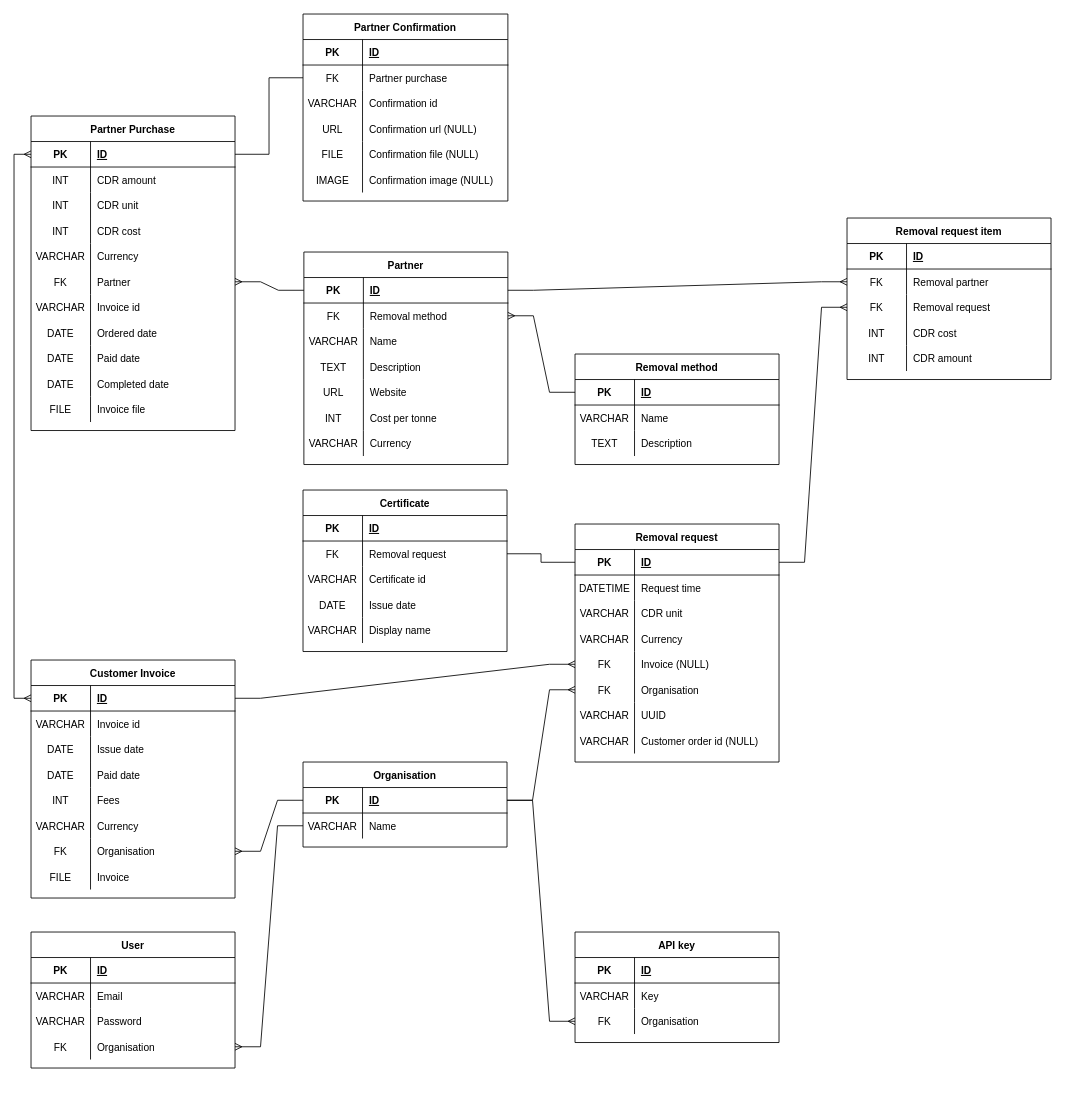
This is CDR_API_data_model-v2.drawio from Climacrux/api.cdrplatform.com, a draw.io file, before an edit. Source tidied: cells renumbered, new cells numbered last; positions are measured from the earlier drawing's top-left corner, leaving out a move shared by most shapes. Both pictures are drawn from the tidied source at 85%, with x=0, y=0 at pixel (-29, 14).
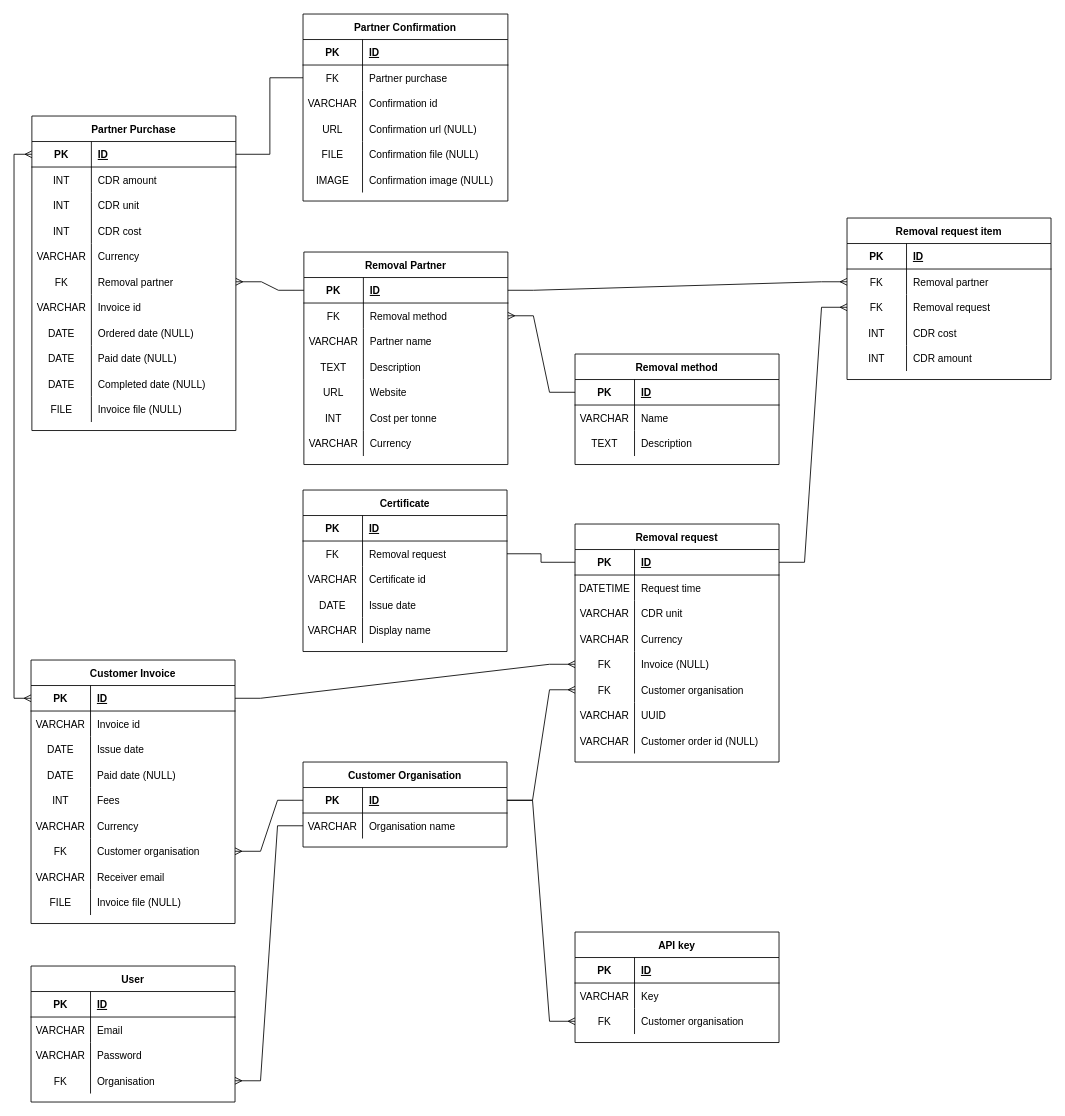
The same diagram, later.

Commit message:
updating draw.io data model diagram

Unchanged cells that the change refers to:
```xml
<mxCell id="22" style="shape=tableRow;horizontal=0;startSize=0;swimlaneHead=0;swimlaneBody=0;fillColor=none;points=[[0,0.5],[1,0.5]];portConstraint=eastwest;top=0;left=0;right=0;bottom=0;" parent="15" vertex="1">
  <mxGeometry y="90" width="240" height="30" as="geometry" />
</mxCell>
<mxCell id="68" style="shape=tableRow;horizontal=0;startSize=0;swimlaneHead=0;swimlaneBody=0;fillColor=none;points=[[0,0.5],[1,0.5]];portConstraint=eastwest;top=0;left=0;right=0;bottom=0;" parent="52" vertex="1">
  <mxGeometry y="180" width="240" height="30" as="geometry" />
</mxCell>
<mxCell id="106" style="shape=tableRow;horizontal=0;startSize=0;swimlaneHead=0;swimlaneBody=0;fillColor=none;top=0;left=0;right=0;bottom=0;" parent="96" vertex="1">
  <mxGeometry y="120" width="240" height="30" as="geometry" />
</mxCell>
<mxCell id="115" style="shape=tableRow;horizontal=0;startSize=0;swimlaneHead=0;swimlaneBody=0;fillColor=none;points=[[0,0.5],[1,0.5]];portConstraint=eastwest;top=0;left=0;right=0;bottom=0;" parent="96" vertex="1">
  <mxGeometry y="210" width="240" height="30" as="geometry" />
</mxCell>
<mxCell id="148" style="shape=tableRow;horizontal=0;startSize=0;swimlaneHead=0;swimlaneBody=0;fillColor=none;top=0;left=0;right=0;bottom=0;" parent="141" vertex="1">
  <mxGeometry y="90" width="240" height="30" as="geometry" />
</mxCell>
<mxCell id="180" style="shape=tableRow;horizontal=0;startSize=0;swimlaneHead=0;swimlaneBody=0;fillColor=none;points=[[0,0.5],[1,0.5]];portConstraint=eastwest;top=0;left=0;right=0;bottom=0;" parent="164" vertex="1">
  <mxGeometry y="180" width="240" height="30" as="geometry" />
</mxCell>
<mxCell id="186" style="shape=tableRow;horizontal=0;startSize=0;swimlaneHead=0;swimlaneBody=0;fillColor=none;top=0;left=0;right=0;bottom=0;" parent="164" vertex="1">
  <mxGeometry y="240" width="240" height="30" as="geometry" />
</mxCell>
<mxCell id="189" style="shape=tableRow;horizontal=0;startSize=0;swimlaneHead=0;swimlaneBody=0;fillColor=none;top=0;left=0;right=0;bottom=0;" parent="164" vertex="1">
  <mxGeometry y="270" width="240" height="30" as="geometry" />
</mxCell>
<mxCell id="192" style="shape=tableRow;horizontal=0;startSize=0;swimlaneHead=0;swimlaneBody=0;fillColor=none;top=0;left=0;right=0;bottom=0;" parent="164" vertex="1">
  <mxGeometry y="300" width="240" height="30" as="geometry" />
</mxCell>
<mxCell id="195" style="shape=tableRow;horizontal=0;startSize=0;swimlaneHead=0;swimlaneBody=0;fillColor=none;top=0;left=0;right=0;bottom=0;" parent="164" vertex="1">
  <mxGeometry y="330" width="240" height="30" as="geometry" />
</mxCell>
<mxCell id="207" style="shape=tableRow;horizontal=0;startSize=0;swimlaneHead=0;swimlaneBody=0;fillColor=none;points=[[0,0.5],[1,0.5]];portConstraint=eastwest;top=0;left=0;right=0;bottom=0;" parent="203" vertex="1">
  <mxGeometry y="60" width="240" height="30" as="geometry" />
</mxCell>
```

What changed in the source:
```diff
@@
     <mxCell id="2" value="User" style="shape=table;startSize=30;childLayout=tableLayout;rowLines=0;fontStyle=1;align=center;" parent="1" vertex="1">
-      <mxGeometry x="70" y="1080" width="240" height="160" as="geometry" />
+      <mxGeometry x="70" y="1120" width="240" height="160" as="geometry" />
     </mxCell>
@@
-    <mxCell id="24" value="Organisation" style="shape=partialRectangle;fillColor=none;top=0;left=0;bottom=0;right=0;align=left;spacingLeft=6;overflow=hidden;" parent="22" vertex="1">
+    <mxCell id="24" value="Customer organisation" style="shape=partialRectangle;fillColor=none;top=0;left=0;bottom=0;right=0;align=left;spacingLeft=6;overflow=hidden;" parent="22" vertex="1">
       <mxGeometry x="70" width="170" height="30" as="geometry" />
     </mxCell>
@@
-    <mxCell id="70" value="Organisation" style="shape=partialRectangle;fillColor=none;top=0;left=0;bottom=0;right=0;align=left;spacingLeft=6;overflow=hidden;" parent="68" vertex="1">
+    <mxCell id="70" value="Customer organisation" style="shape=partialRectangle;fillColor=none;top=0;left=0;bottom=0;right=0;align=left;spacingLeft=6;overflow=hidden;" parent="68" vertex="1">
       <mxGeometry x="70" width="170" height="30" as="geometry" />
     </mxCell>
@@
     <mxCell id="96" value="Customer Invoice" style="shape=table;startSize=30;childLayout=tableLayout;rowLines=0;fontStyle=1;align=center;" parent="1" vertex="1">
-      <mxGeometry x="70" y="760" width="240" height="280" as="geometry" />
+      <mxGeometry x="70" y="760" width="240" height="310" as="geometry" />
     </mxCell>
@@
-    <mxCell id="108" value="Paid date" style="shape=partialRectangle;fillColor=none;top=0;left=0;bottom=0;right=0;align=left;spacingLeft=6;overflow=hidden;" parent="106" vertex="1">
+    <mxCell id="108" value="Paid date (NULL)" style="shape=partialRectangle;fillColor=none;top=0;left=0;bottom=0;right=0;align=left;spacingLeft=6;overflow=hidden;" parent="106" vertex="1">
       <mxGeometry x="70" width="170" height="30" as="geometry" />
     </mxCell>
@@
-    <mxCell id="117" value="Organisation" style="shape=partialRectangle;fillColor=none;top=0;left=0;bottom=0;right=0;align=left;spacingLeft=6;overflow=hidden;" parent="115" vertex="1">
+    <mxCell id="117" value="Customer organisation" style="shape=partialRectangle;fillColor=none;top=0;left=0;bottom=0;right=0;align=left;spacingLeft=6;overflow=hidden;" parent="115" vertex="1">
       <mxGeometry x="70" width="170" height="30" as="geometry" />
     </mxCell>
+    <mxCell id="211" style="shape=tableRow;horizontal=0;startSize=0;swimlaneHead=0;swimlaneBody=0;fillColor=none;top=0;left=0;right=0;bottom=0;" parent="96" vertex="1">
+      <mxGeometry y="240" width="240" height="30" as="geometry" />
+    </mxCell>
+    <mxCell id="212" value="VARCHAR" style="shape=partialRectangle;fillColor=none;top=0;left=0;bottom=0;right=0;overflow=hidden;" parent="211" vertex="1">
+      <mxGeometry width="70" height="30" as="geometry" />
+    </mxCell>
+    <mxCell id="213" value="Receiver email" style="shape=partialRectangle;fillColor=none;top=0;left=0;bottom=0;right=0;align=left;spacingLeft=6;overflow=hidden;" parent="211" vertex="1">
+      <mxGeometry x="70" width="170" height="30" as="geometry" />
+    </mxCell>
     <mxCell id="118" style="shape=tableRow;horizontal=0;startSize=0;swimlaneHead=0;swimlaneBody=0;fillColor=none;top=0;left=0;right=0;bottom=0;" parent="96" vertex="1">
-      <mxGeometry y="240" width="240" height="30" as="geometry" />
+      <mxGeometry y="270" width="240" height="30" as="geometry" />
     </mxCell>
@@
-    <mxCell id="120" value="Invoice" style="shape=partialRectangle;fillColor=none;top=0;left=0;bottom=0;right=0;align=left;spacingLeft=6;overflow=hidden;" parent="118" vertex="1">
+    <mxCell id="120" value="Invoice file (NULL)" style="shape=partialRectangle;fillColor=none;top=0;left=0;bottom=0;right=0;align=left;spacingLeft=6;overflow=hidden;" parent="118" vertex="1">
       <mxGeometry x="70" width="170" height="30" as="geometry" />
     </mxCell>
@@
-    <mxCell id="141" value="Partner" style="shape=table;startSize=30;childLayout=tableLayout;rowLines=0;fontStyle=1;align=center;" parent="1" vertex="1">
+    <mxCell id="141" value="Removal Partner" style="shape=table;startSize=30;childLayout=tableLayout;rowLines=0;fontStyle=1;align=center;" parent="1" vertex="1">
       <mxGeometry x="391" y="280" width="240" height="250" as="geometry" />
     </mxCell>
@@
-    <mxCell id="150" value="Name" style="shape=partialRectangle;fillColor=none;top=0;left=0;bottom=0;right=0;align=left;spacingLeft=6;overflow=hidden;" parent="148" vertex="1">
+    <mxCell id="150" value="Partner name" style="shape=partialRectangle;fillColor=none;top=0;left=0;bottom=0;right=0;align=left;spacingLeft=6;overflow=hidden;" parent="148" vertex="1">
       <mxGeometry x="70" width="170" height="30" as="geometry" />
     </mxCell>
@@
     <mxCell id="164" value="Partner Purchase" style="shape=table;startSize=30;childLayout=tableLayout;rowLines=0;fontStyle=1;align=center;" parent="1" vertex="1">
-      <mxGeometry x="70" y="120" width="240" height="370" as="geometry" />
+      <mxGeometry x="71" y="120" width="240" height="370" as="geometry" />
     </mxCell>
@@
-    <mxCell id="182" value="Partner" style="shape=partialRectangle;fillColor=none;top=0;left=0;bottom=0;right=0;align=left;spacingLeft=6;overflow=hidden;" parent="180" vertex="1">
+    <mxCell id="182" value="Removal partner" style="shape=partialRectangle;fillColor=none;top=0;left=0;bottom=0;right=0;align=left;spacingLeft=6;overflow=hidden;" parent="180" vertex="1">
       <mxGeometry x="70" width="170" height="30" as="geometry" />
     </mxCell>
@@
-    <mxCell id="188" value="Ordered date" style="shape=partialRectangle;fillColor=none;top=0;left=0;bottom=0;right=0;align=left;spacingLeft=6;overflow=hidden;" parent="186" vertex="1">
+    <mxCell id="188" value="Ordered date (NULL)" style="shape=partialRectangle;fillColor=none;top=0;left=0;bottom=0;right=0;align=left;spacingLeft=6;overflow=hidden;" parent="186" vertex="1">
       <mxGeometry x="70" width="170" height="30" as="geometry" />
     </mxCell>
@@
-    <mxCell id="191" value="Paid date" style="shape=partialRectangle;fillColor=none;top=0;left=0;bottom=0;right=0;align=left;spacingLeft=6;overflow=hidden;" parent="189" vertex="1">
+    <mxCell id="191" value="Paid date (NULL)" style="shape=partialRectangle;fillColor=none;top=0;left=0;bottom=0;right=0;align=left;spacingLeft=6;overflow=hidden;" parent="189" vertex="1">
       <mxGeometry x="70" width="170" height="30" as="geometry" />
     </mxCell>
@@
-    <mxCell id="194" value="Completed date" style="shape=partialRectangle;fillColor=none;top=0;left=0;bottom=0;right=0;align=left;spacingLeft=6;overflow=hidden;" parent="192" vertex="1">
+    <mxCell id="194" value="Completed date (NULL)" style="shape=partialRectangle;fillColor=none;top=0;left=0;bottom=0;right=0;align=left;spacingLeft=6;overflow=hidden;" parent="192" vertex="1">
       <mxGeometry x="70" width="170" height="30" as="geometry" />
     </mxCell>
@@
-    <mxCell id="197" value="Invoice file" style="shape=partialRectangle;fillColor=none;top=0;left=0;bottom=0;right=0;align=left;spacingLeft=6;overflow=hidden;" parent="195" vertex="1">
+    <mxCell id="197" value="Invoice file (NULL)" style="shape=partialRectangle;fillColor=none;top=0;left=0;bottom=0;right=0;align=left;spacingLeft=6;overflow=hidden;" parent="195" vertex="1">
       <mxGeometry x="70" width="170" height="30" as="geometry" />
     </mxCell>
@@
-    <mxCell id="203" value="Organisation" style="shape=table;startSize=30;childLayout=tableLayout;rowLines=0;fontStyle=1;align=center;" parent="1" vertex="1">
+    <mxCell id="203" value="Customer Organisation" style="shape=table;startSize=30;childLayout=tableLayout;rowLines=0;fontStyle=1;align=center;" parent="1" vertex="1">
       <mxGeometry x="390" y="880" width="240" height="100" as="geometry" />
     </mxCell>
@@
-    <mxCell id="209" value="Name" style="shape=partialRectangle;fillColor=none;top=0;left=0;bottom=0;right=0;align=left;spacingLeft=6;overflow=hidden;" parent="207" vertex="1">
+    <mxCell id="209" value="Organisation name" style="shape=partialRectangle;fillColor=none;top=0;left=0;bottom=0;right=0;align=left;spacingLeft=6;overflow=hidden;" parent="207" vertex="1">
       <mxGeometry x="70" width="170" height="30" as="geometry" />
     </mxCell>
```
